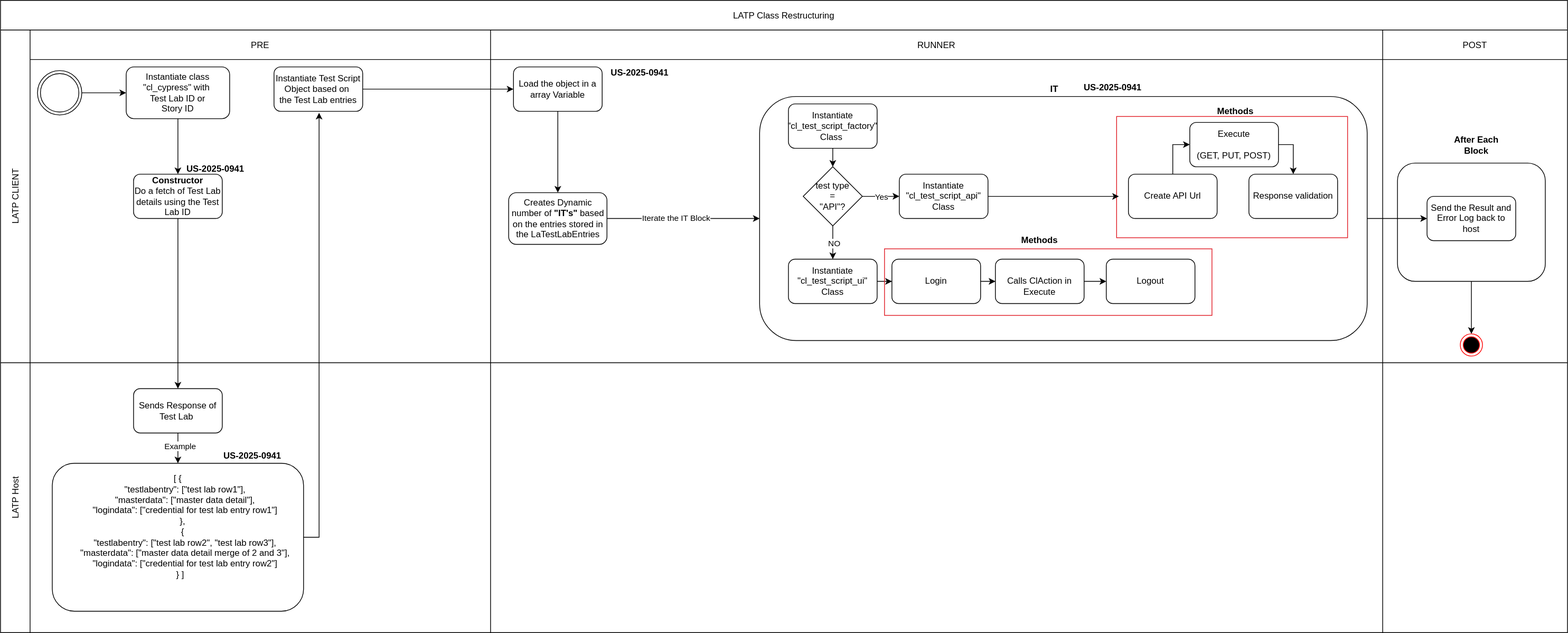
Before: BPMN/Restructure-LATP-Class.svg, a diagram exported from draw.io (lmnaslimited/lens_ai_test_pilot). Source tidied: cells renumbered, new cells last; positions are measured from the earlier drawing's top-left corner, leaving out a move shared by most shapes.
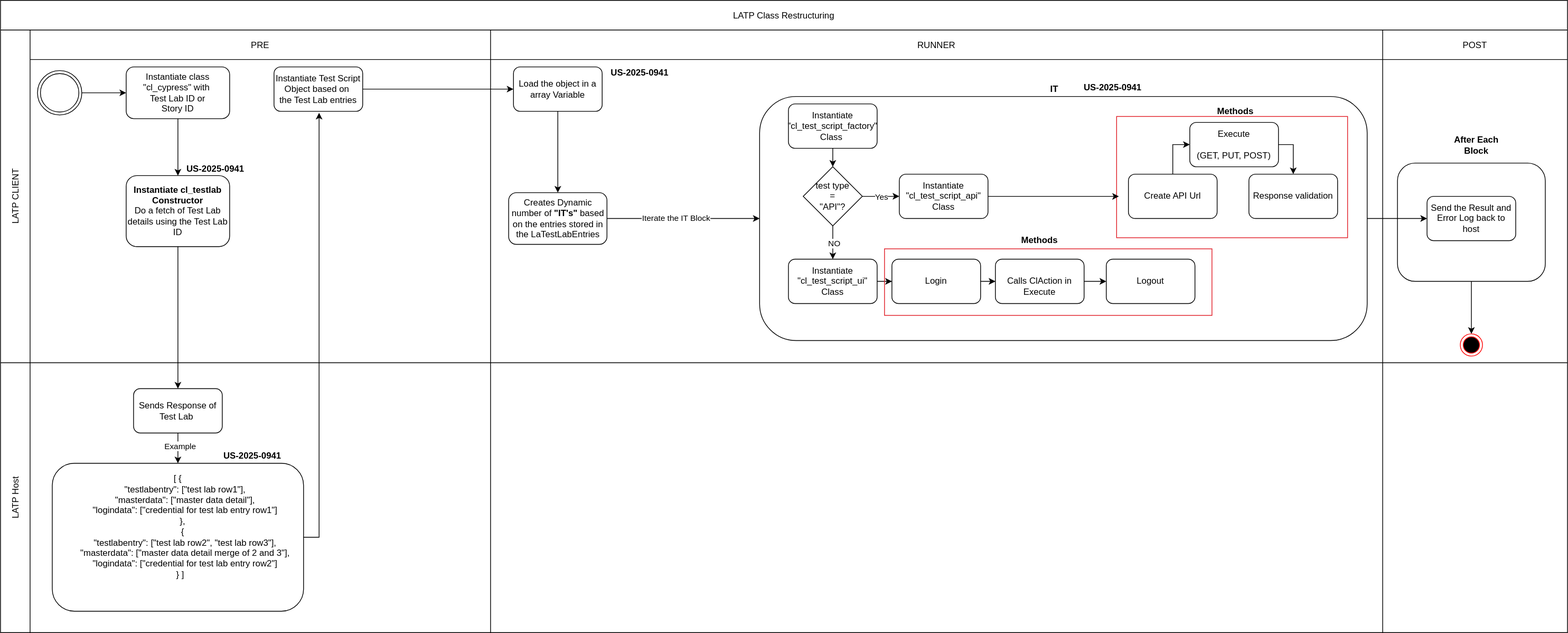
After the commit.

Commit message:
Specified the class name

Diff of the diagram source:
```diff
@@ -26,8 +26,8 @@
     <mxCell id="9" value="Instantiate Test Script Object based on&amp;nbsp;&lt;br&gt;the Test Lab entries" style="rounded=1;whiteSpace=wrap;html=1;" parent="4" vertex="1">
       <mxGeometry x="330" y="50" width="120" height="60" as="geometry" />
     </mxCell>
-    <mxCell id="10" value="&lt;b&gt;Constructor&lt;/b&gt;&lt;br&gt;Do a fetch of Test Lab details using the Test Lab ID" style="rounded=1;whiteSpace=wrap;html=1;" parent="4" vertex="1">
-      <mxGeometry x="140" y="195" width="120" height="60" as="geometry" />
+    <mxCell id="10" value="&lt;b&gt;Instantiate cl_testlab Constructor&lt;/b&gt;&lt;br&gt;Do a fetch of Test Lab details using the Test Lab ID" style="rounded=1;whiteSpace=wrap;html=1;" parent="4" vertex="1">
+      <mxGeometry x="130" y="197" width="140" height="96" as="geometry" />
     </mxCell>
     <mxCell id="11" value="&lt;b&gt;&lt;a href=&quot;https://nectar.lmnas.com/app/task/US-2025-0941&quot;&gt;US-2025-0941&lt;/a&gt;&lt;/b&gt;" style="text;html=1;whiteSpace=wrap;strokeColor=none;fillColor=none;align=center;verticalAlign=middle;rounded=0;" parent="4" vertex="1">
       <mxGeometry x="206" y="173" width="90" height="30" as="geometry" />
```
